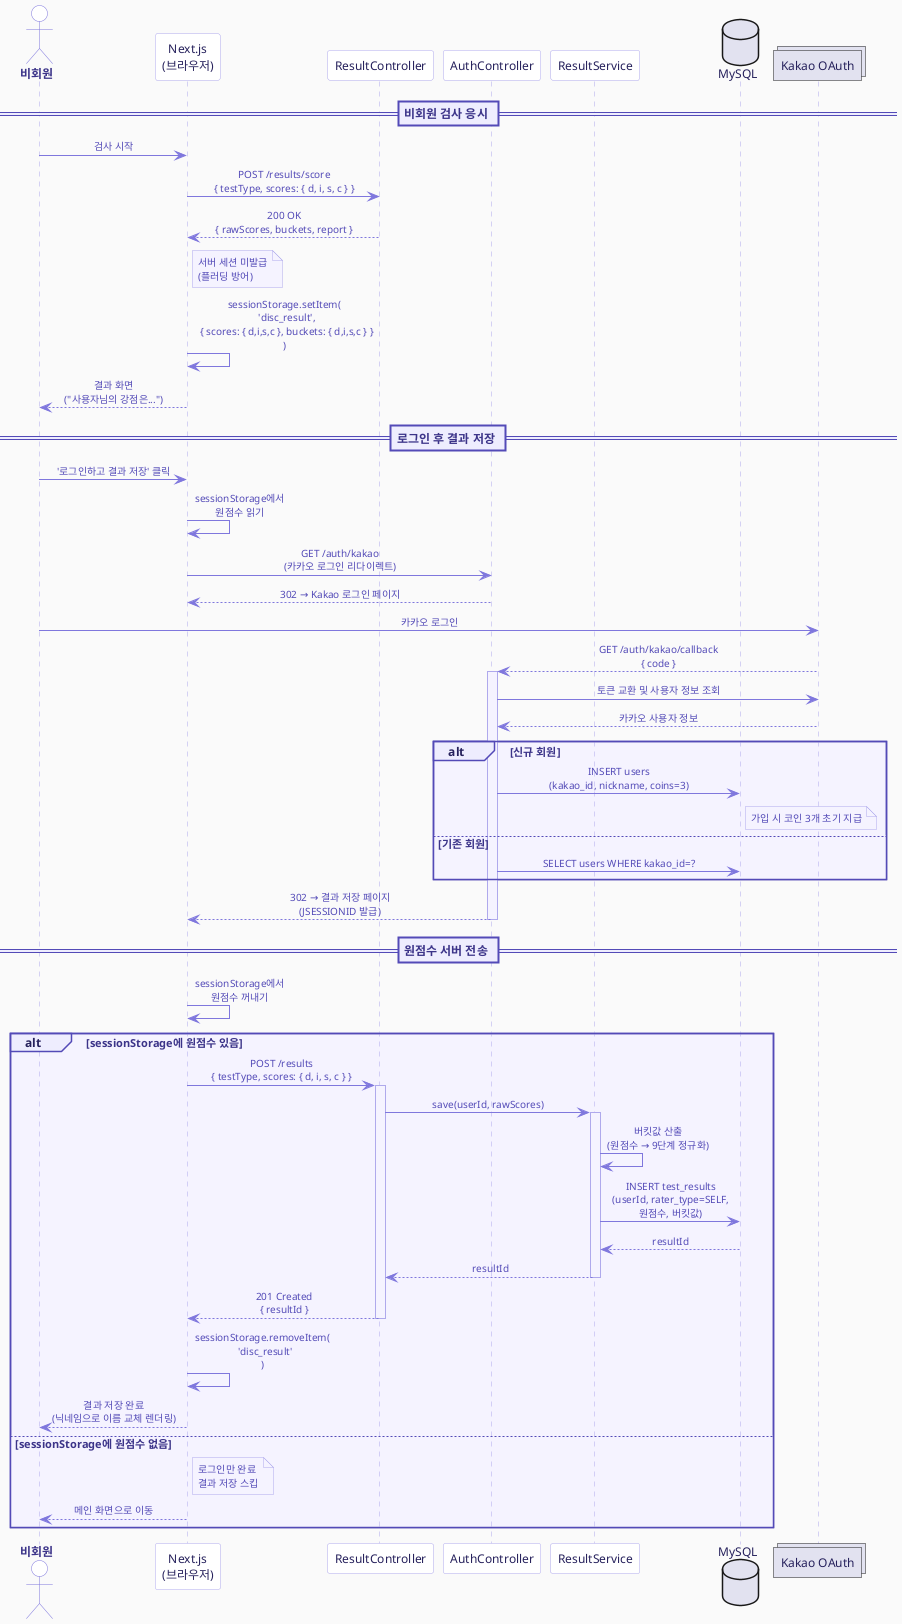
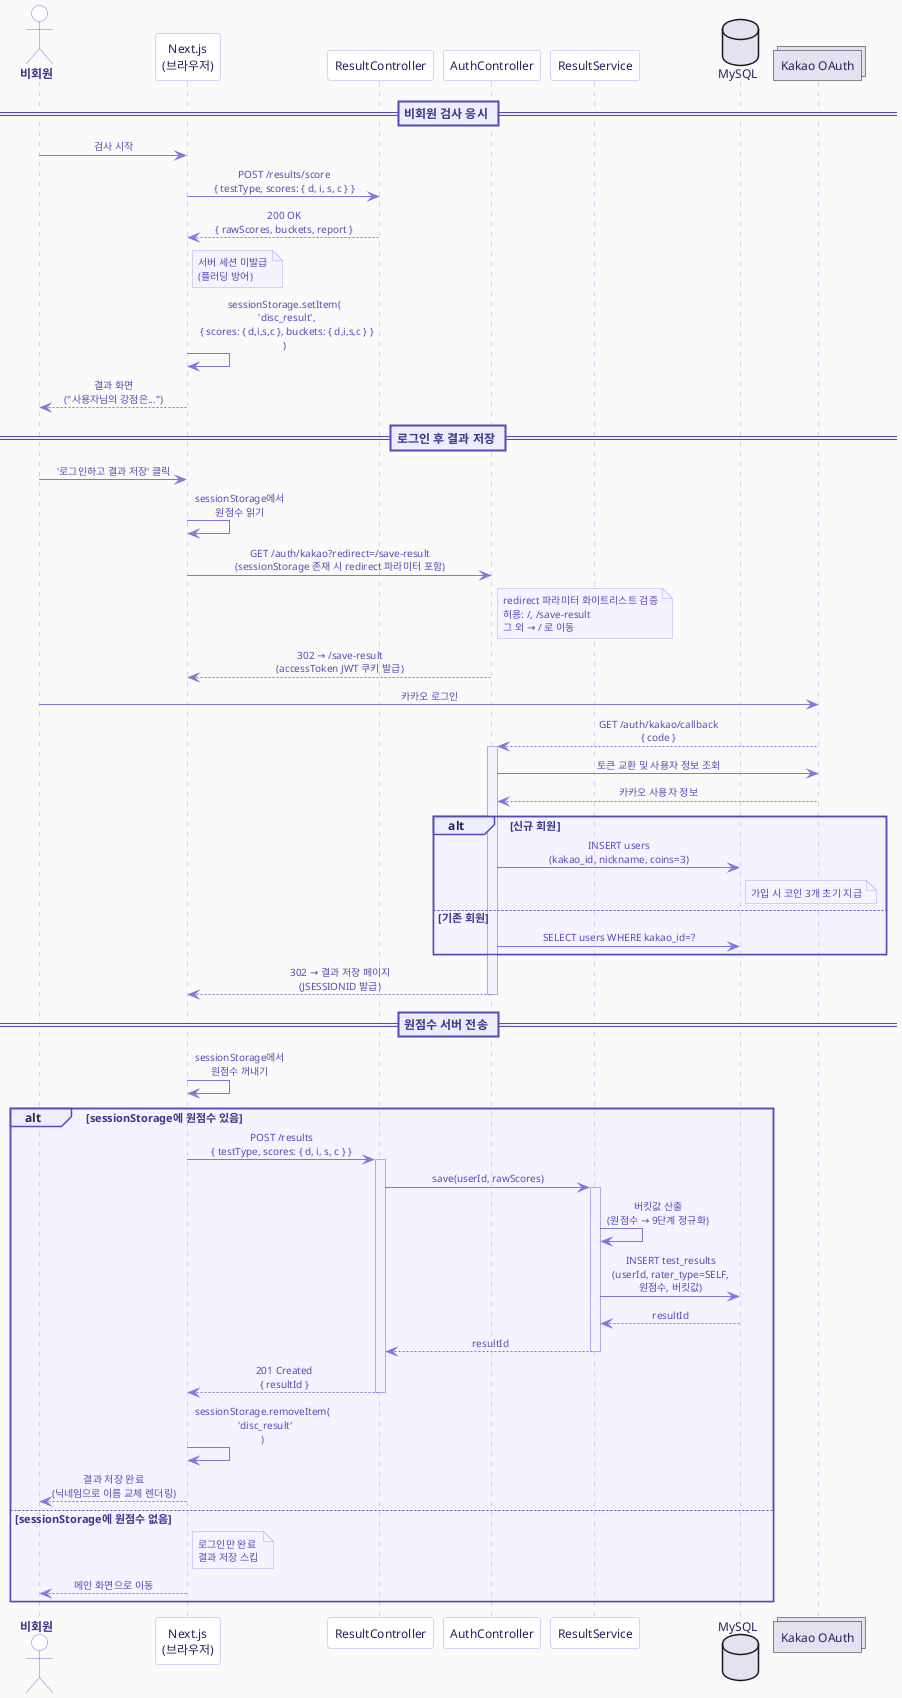
@startuml MyCPT_Sequence_GuestToMember

skinparam backgroundColor #FAFAFA
skinparam defaultFontName "Apple SD Gothic Neo, sans-serif"
skinparam defaultFontSize 12
skinparam defaultFontColor #26215C
skinparam sequenceMessageAlign center

skinparam participant {
  BackgroundColor #FFFFFF
  BorderColor #AFA9EC
  FontColor #26215C
  FontSize 12
}

skinparam actor {
  BackgroundColor #FFFFFF
  BorderColor #7F77DD
  FontColor #3C3489
  FontSize 12
  FontStyle bold
}

skinparam sequence {
  ArrowColor #7F77DD
  ArrowFontColor #534AB7
  ArrowFontSize 10
  LifeLineBorderColor #AFA9EC
  LifeLineBackgroundColor #F5F3FF
  GroupBorderColor #534AB7
  GroupBackgroundColor #EEEDFE
  GroupFontColor #3C3489
  GroupFontSize 11
  GroupBodyBackgroundColor #F5F3FF
  DividerBackgroundColor #EEEDFE
  DividerBorderColor #534AB7
  DividerFontColor #3C3489
}

skinparam note {
  BackgroundColor #F5F3FF
  BorderColor #AFA9EC
  FontColor #534AB7
  FontSize 10
}

actor "비회원" as Guest
participant "Next.js\n(브라우저)" as Client
participant "ResultController" as ResultCtrl
participant "AuthController" as AuthCtrl
participant "ResultService" as ResultSvc
database "MySQL" as DB
collections "Kakao OAuth" as Kakao

== 비회원 검사 응시 ==

Guest -> Client : 검사 시작
Client -> ResultCtrl : POST /results/score\n{ testType, scores: { d, i, s, c } }
ResultCtrl --> Client : 200 OK\n{ rawScores, buckets, report }

note right of Client
  서버 세션 미발급
  (플러딩 방어)
end note

Client -> Client : sessionStorage.setItem(\n  'disc_result',\n  { scores: { d,i,s,c }, buckets: { d,i,s,c } }\n)

Client --> Guest : 결과 화면\n("사용자님의 강점은...")

== 로그인 후 결과 저장 ==

Guest -> Client : '로그인하고 결과 저장' 클릭
Client -> Client : sessionStorage에서\n원점수 읽기

- Client -> AuthCtrl : GET /auth/kakao\n(카카오 로그인 리다이렉트)
- AuthCtrl --> Client : 302 → Kakao 로그인 페이지
+ Client -> AuthCtrl : GET /auth/kakao?redirect=/save-result\n(sessionStorage 존재 시 redirect 파라미터 포함)
+ note right of AuthCtrl
+   redirect 파라미터 화이트리스트 검증
+   허용: /, /save-result
+   그 외 → / 로 이동
+ end note
+ AuthCtrl --> Client : 302 → /save-result\n(accessToken JWT 쿠키 발급)

Guest -> Kakao : 카카오 로그인
Kakao --> AuthCtrl : GET /auth/kakao/callback\n{ code }

activate AuthCtrl
AuthCtrl -> Kakao : 토큰 교환 및 사용자 정보 조회
Kakao --> AuthCtrl : 카카오 사용자 정보

alt 신규 회원
  AuthCtrl -> DB : INSERT users\n(kakao_id, nickname, coins=3)
  note right of DB
    가입 시 코인 3개 초기 지급
  end note
else 기존 회원
  AuthCtrl -> DB : SELECT users WHERE kakao_id=?
end

AuthCtrl --> Client : 302 → 결과 저장 페이지\n(JSESSIONID 발급)
deactivate AuthCtrl

== 원점수 서버 전송 ==

Client -> Client : sessionStorage에서\n원점수 꺼내기

alt sessionStorage에 원점수 있음
  Client -> ResultCtrl : POST /results\n{ testType, scores: { d, i, s, c } }
  activate ResultCtrl

  ResultCtrl -> ResultSvc : save(userId, rawScores)
  activate ResultSvc
  ResultSvc -> ResultSvc : 버킷값 산출\n(원점수 → 9단계 정규화)
  ResultSvc -> DB : INSERT test_results\n(userId, rater_type=SELF,\n원점수, 버킷값)
  DB --> ResultSvc : resultId
  ResultSvc --> ResultCtrl : resultId
  deactivate ResultSvc

  ResultCtrl --> Client : 201 Created\n{ resultId }
  deactivate ResultCtrl

  Client -> Client : sessionStorage.removeItem(\n  'disc_result'\n)
  Client --> Guest : 결과 저장 완료\n(닉네임으로 이름 교체 렌더링)

else sessionStorage에 원점수 없음
  note right of Client
    로그인만 완료
    결과 저장 스킵
  end note
  Client --> Guest : 메인 화면으로 이동
end

@enduml
